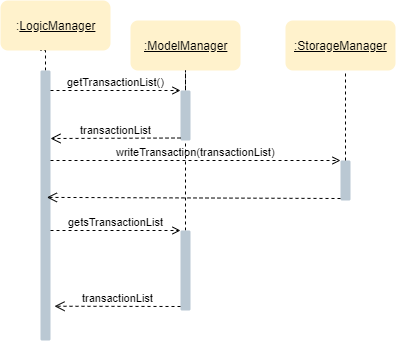
Earlier version of the draw.io export images/HomeAddCommandMMSM.png (AY1920S1-CS2103T-T13-3/main). Source tidied: cells renumbered, new cells last; positions are measured from the earlier drawing's top-left corner, leaving out a move shared by most shapes. The source it was exported from:
```xml
<mxGraphModel>
  <root>
    <mxCell id="0" />
    <mxCell id="1" parent="0" />
    <mxCell id="2" value=":&lt;u&gt;LogicManager&lt;/u&gt;" style="html=1;rounded=1;strokeColor=none;fillColor=#fff2cc;" parent="1" vertex="1">
      <mxGeometry width="110" height="50" as="geometry" />
    </mxCell>
    <mxCell id="3" style="edgeStyle=orthogonalEdgeStyle;rounded=0;jettySize=auto;html=1;dashed=1;endArrow=none;endFill=0;" parent="1" edge="1" source="4">
      <mxGeometry relative="1" as="geometry">
        <mxPoint x="40" y="50" as="targetPoint" />
      </mxGeometry>
    </mxCell>
    <mxCell id="4" style="html=1;points=[];perimeter=orthogonalPerimeter;rounded=1;strokeColor=none;fillColor=#bac8d3;" parent="1" vertex="1">
      <mxGeometry x="40" y="70" width="10" height="270" as="geometry" />
    </mxCell>
    <mxCell id="5" value="&lt;u&gt;:ModelManager&lt;/u&gt;" style="html=1;rounded=1;strokeColor=none;fillColor=#fff2cc;" parent="1" vertex="1">
      <mxGeometry x="130" y="20" width="110" height="50" as="geometry" />
    </mxCell>
    <mxCell id="6" style="edgeStyle=orthogonalEdgeStyle;rounded=0;jettySize=auto;html=1;dashed=1;endArrow=none;endFill=0;" parent="1" edge="1" source="7">
      <mxGeometry relative="1" as="geometry">
        <mxPoint x="185" y="70" as="targetPoint" />
      </mxGeometry>
    </mxCell>
    <mxCell id="7" style="html=1;points=[];perimeter=orthogonalPerimeter;rounded=1;strokeColor=none;fillColor=#bac8d3;" parent="1" vertex="1">
      <mxGeometry x="180" y="90" width="10" height="50" as="geometry" />
    </mxCell>
    <mxCell id="8" value="getTransactionList()" style="html=1;verticalAlign=bottom;endArrow=open;entryX=0;entryY=0;dashed=1;endFill=0;" parent="1" edge="1" target="7">
      <mxGeometry relative="1" as="geometry">
        <mxPoint x="50" y="90" as="sourcePoint" />
      </mxGeometry>
    </mxCell>
    <mxCell id="9" value="transactionList" style="html=1;verticalAlign=bottom;endArrow=open;dashed=1;endSize=8;exitX=0;exitY=0.95;" parent="1" edge="1" source="7">
      <mxGeometry relative="1" as="geometry">
        <mxPoint x="50" y="138" as="targetPoint" />
      </mxGeometry>
    </mxCell>
    <mxCell id="10" value="&lt;u&gt;:StorageManager&lt;/u&gt;" style="html=1;rounded=1;strokeColor=none;fillColor=#fff2cc;" parent="1" vertex="1">
      <mxGeometry x="285" y="20" width="110" height="50" as="geometry" />
    </mxCell>
    <mxCell id="11" style="edgeStyle=orthogonalEdgeStyle;rounded=0;jettySize=auto;html=1;dashed=1;endArrow=none;endFill=0;" parent="1" edge="1" source="12">
      <mxGeometry relative="1" as="geometry">
        <mxPoint x="345" y="70" as="targetPoint" />
      </mxGeometry>
    </mxCell>
    <mxCell id="12" style="html=1;points=[];perimeter=orthogonalPerimeter;rounded=1;strokeColor=none;fillColor=#bac8d3;" parent="1" vertex="1">
      <mxGeometry x="340" y="160" width="10" height="40" as="geometry" />
    </mxCell>
    <mxCell id="13" value="writeTransaction(transactionList)" style="html=1;verticalAlign=bottom;endArrow=open;entryX=0;entryY=0;dashed=1;endFill=0;" parent="1" edge="1" target="12">
      <mxGeometry relative="1" as="geometry">
        <mxPoint x="50" y="160" as="sourcePoint" />
      </mxGeometry>
    </mxCell>
    <mxCell id="14" style="html=1;verticalAlign=bottom;endArrow=open;dashed=1;endSize=8;exitX=0;exitY=0.95;entryX=0.64;entryY=0.47;entryDx=0;entryDy=0;entryPerimeter=0;" parent="1" edge="1" source="12" target="4">
      <mxGeometry relative="1" as="geometry" />
    </mxCell>
    <mxCell id="15" style="edgeStyle=orthogonalEdgeStyle;rounded=0;jettySize=auto;html=1;dashed=1;endArrow=none;endFill=0;" parent="1" edge="1" source="16">
      <mxGeometry relative="1" as="geometry">
        <mxPoint x="185" y="140" as="targetPoint" />
      </mxGeometry>
    </mxCell>
    <mxCell id="16" style="html=1;points=[];perimeter=orthogonalPerimeter;rounded=1;strokeColor=none;fillColor=#bac8d3;" parent="1" vertex="1">
      <mxGeometry x="180" y="230" width="10" height="80" as="geometry" />
    </mxCell>
    <mxCell id="17" value="getsTransactionList" style="html=1;verticalAlign=bottom;endArrow=open;entryX=0;entryY=0;dashed=1;endFill=0;" parent="1" edge="1" target="16">
      <mxGeometry relative="1" as="geometry">
        <mxPoint x="50" y="230" as="sourcePoint" />
      </mxGeometry>
    </mxCell>
    <mxCell id="18" value="transactionList" style="html=1;verticalAlign=bottom;endArrow=open;dashed=1;endSize=8;exitX=0;exitY=0.95;entryX=1.4;entryY=0.799;entryDx=0;entryDy=0;entryPerimeter=0;" parent="1" edge="1" source="16">
      <mxGeometry relative="1" as="geometry">
        <mxPoint x="54" y="305.7" as="targetPoint" />
      </mxGeometry>
    </mxCell>
  </root>
</mxGraphModel>
```
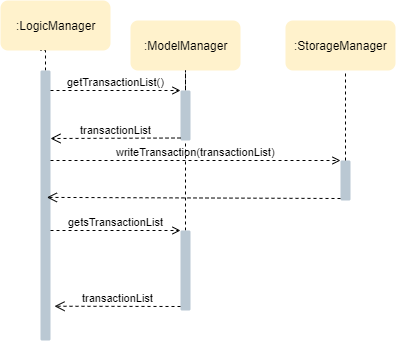
The same file after the commit.

Diff of the diagram source:
```diff
@@ -2,7 +2,7 @@
   <root>
     <mxCell id="0" />
     <mxCell id="1" parent="0" />
-    <mxCell id="2" value=":&lt;u&gt;LogicManager&lt;/u&gt;" style="html=1;rounded=1;strokeColor=none;fillColor=#fff2cc;" parent="1" vertex="1">
+    <mxCell id="2" value=":LogicManager" style="html=1;rounded=1;strokeColor=none;fillColor=#fff2cc;" parent="1" vertex="1">
       <mxGeometry width="110" height="50" as="geometry" />
     </mxCell>
     <mxCell id="3" style="edgeStyle=orthogonalEdgeStyle;rounded=0;jettySize=auto;html=1;dashed=1;endArrow=none;endFill=0;" parent="1" edge="1" source="4">
@@ -13,7 +13,7 @@
     <mxCell id="4" style="html=1;points=[];perimeter=orthogonalPerimeter;rounded=1;strokeColor=none;fillColor=#bac8d3;" parent="1" vertex="1">
       <mxGeometry x="40" y="70" width="10" height="270" as="geometry" />
     </mxCell>
-    <mxCell id="5" value="&lt;u&gt;:ModelManager&lt;/u&gt;" style="html=1;rounded=1;strokeColor=none;fillColor=#fff2cc;" parent="1" vertex="1">
+    <mxCell id="5" value=":ModelManager" style="html=1;rounded=1;strokeColor=none;fillColor=#fff2cc;" parent="1" vertex="1">
       <mxGeometry x="130" y="20" width="110" height="50" as="geometry" />
     </mxCell>
     <mxCell id="6" style="edgeStyle=orthogonalEdgeStyle;rounded=0;jettySize=auto;html=1;dashed=1;endArrow=none;endFill=0;" parent="1" edge="1" source="7">
@@ -34,7 +34,7 @@
         <mxPoint x="50" y="138" as="targetPoint" />
       </mxGeometry>
     </mxCell>
-    <mxCell id="10" value="&lt;u&gt;:StorageManager&lt;/u&gt;" style="html=1;rounded=1;strokeColor=none;fillColor=#fff2cc;" parent="1" vertex="1">
+    <mxCell id="10" value=":StorageManager" style="html=1;rounded=1;strokeColor=none;fillColor=#fff2cc;" parent="1" vertex="1">
       <mxGeometry x="285" y="20" width="110" height="50" as="geometry" />
     </mxCell>
     <mxCell id="11" style="edgeStyle=orthogonalEdgeStyle;rounded=0;jettySize=auto;html=1;dashed=1;endArrow=none;endFill=0;" parent="1" edge="1" source="12">
```
